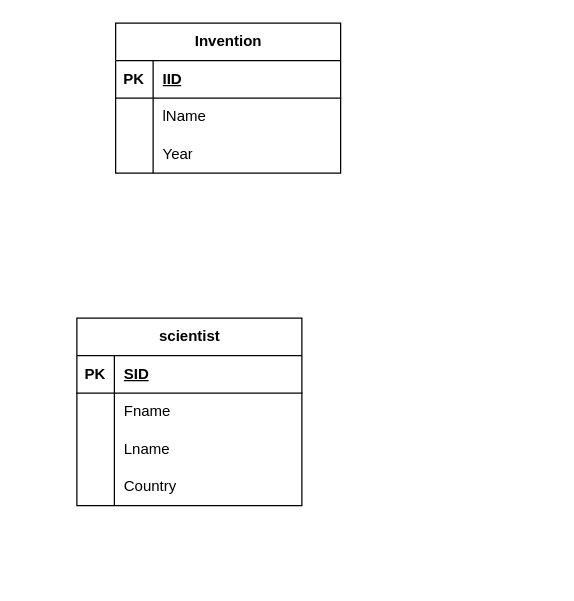
Earlier version of the draw.io diagram RA2A2_act_(1).drawio (victor06-git/Progam_with_Victor). Source tidied: cells renumbered, new cells numbered last; positions are measured from the earlier drawing's top-left corner, leaving out a move shared by most shapes. Both pictures are drawn from the tidied source at 125%, with x=0, y=0 at pixel (76, 22).
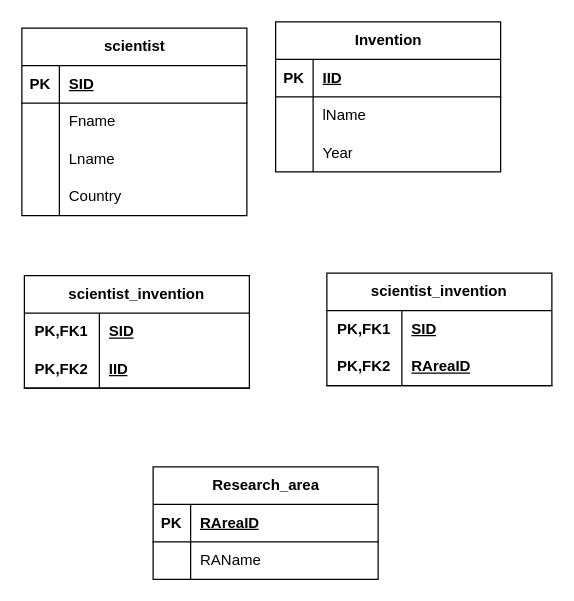
Above is the later version.

The edit, as a diff of the source:
```diff
@@
     <mxCell id="2" value="scientist" style="shape=table;startSize=30;childLayout=tableLayout;rowLines=0;fontStyle=1;align=center;html=1;" parent="1" vertex="1">
-      <mxGeometry y="236" width="180" height="150" as="geometry" />
+      <mxGeometry x="-44" y="4" width="180" height="150" as="geometry" />
     </mxCell>
@@
     <mxCell id="15" value="Invention" style="shape=table;startSize=30;childLayout=tableLayout;rowLines=0;fontStyle=1;align=center;html=1;" parent="1" vertex="1">
-      <mxGeometry x="31" width="180" height="120" as="geometry" />
+      <mxGeometry x="159" y="-1" width="180" height="120" as="geometry" />
     </mxCell>
@@
+    <mxCell id="25" value="scientist_invention" style="shape=table;startSize=30;childLayout=tableLayout;rowLines=0;fontStyle=1;align=center;html=1;whiteSpace=wrap;" parent="1" vertex="1">
+      <mxGeometry x="-42" y="202" width="180" height="90" as="geometry" />
+    </mxCell>
+    <mxCell id="26" style="shape=tableRow;horizontal=0;startSize=0;swimlaneHead=0;swimlaneBody=0;fillColor=none;top=0;left=0;right=0;bottom=0;html=1;" parent="25" vertex="1">
+      <mxGeometry y="30" width="180" height="30" as="geometry" />
+    </mxCell>
+    <mxCell id="27" value="PK,FK1" style="shape=partialRectangle;fillColor=none;top=0;left=0;bottom=0;right=0;fontStyle=1;overflow=hidden;html=1;whiteSpace=wrap;" parent="26" vertex="1">
+      <mxGeometry width="60" height="30" as="geometry" />
+    </mxCell>
+    <mxCell id="28" value="SID" style="shape=partialRectangle;fillColor=none;top=0;left=0;bottom=0;right=0;align=left;spacingLeft=6;fontStyle=5;overflow=hidden;html=1;whiteSpace=wrap;" parent="26" vertex="1">
+      <mxGeometry x="60" width="120" height="30" as="geometry" />
+    </mxCell>
+    <mxCell id="29" style="shape=tableRow;horizontal=0;startSize=0;swimlaneHead=0;swimlaneBody=0;fillColor=none;top=0;left=0;right=0;bottom=1;html=1;" parent="25" vertex="1">
+      <mxGeometry y="60" width="180" height="30" as="geometry" />
+    </mxCell>
+    <mxCell id="30" value="PK,FK2" style="shape=partialRectangle;fillColor=none;top=0;left=0;bottom=0;right=0;fontStyle=1;overflow=hidden;html=1;whiteSpace=wrap;" parent="29" vertex="1">
+      <mxGeometry width="60" height="30" as="geometry" />
+    </mxCell>
+    <mxCell id="31" value="IID" style="shape=partialRectangle;fillColor=none;top=0;left=0;bottom=0;right=0;align=left;spacingLeft=6;fontStyle=5;overflow=hidden;html=1;whiteSpace=wrap;" parent="29" vertex="1">
+      <mxGeometry x="60" width="120" height="30" as="geometry" />
+    </mxCell>
+    <mxCell id="32" value="scientist_invention" style="shape=table;startSize=30;childLayout=tableLayout;rowLines=0;fontStyle=1;align=center;html=1;whiteSpace=wrap;" parent="1" vertex="1">
+      <mxGeometry x="200" y="200" width="180" height="90" as="geometry" />
+    </mxCell>
+    <mxCell id="33" style="shape=tableRow;horizontal=0;startSize=0;swimlaneHead=0;swimlaneBody=0;fillColor=none;top=0;left=0;right=0;bottom=0;html=1;" parent="32" vertex="1">
+      <mxGeometry y="30" width="180" height="30" as="geometry" />
+    </mxCell>
+    <mxCell id="34" value="PK,FK1" style="shape=partialRectangle;fillColor=none;top=0;left=0;bottom=0;right=0;fontStyle=1;overflow=hidden;html=1;whiteSpace=wrap;" parent="33" vertex="1">
+      <mxGeometry width="60" height="30" as="geometry" />
+    </mxCell>
+    <mxCell id="35" value="SID" style="shape=partialRectangle;fillColor=none;top=0;left=0;bottom=0;right=0;align=left;spacingLeft=6;fontStyle=5;overflow=hidden;html=1;whiteSpace=wrap;" parent="33" vertex="1">
+      <mxGeometry x="60" width="120" height="30" as="geometry" />
+    </mxCell>
+    <mxCell id="36" style="shape=tableRow;horizontal=0;startSize=0;swimlaneHead=0;swimlaneBody=0;fillColor=none;top=0;left=0;right=0;bottom=1;html=1;" parent="32" vertex="1">
+      <mxGeometry y="60" width="180" height="30" as="geometry" />
+    </mxCell>
+    <mxCell id="37" value="PK,FK2" style="shape=partialRectangle;fillColor=none;top=0;left=0;bottom=0;right=0;fontStyle=1;overflow=hidden;html=1;whiteSpace=wrap;" parent="36" vertex="1">
+      <mxGeometry width="60" height="30" as="geometry" />
+    </mxCell>
+    <mxCell id="38" value="RAreaID" style="shape=partialRectangle;fillColor=none;top=0;left=0;bottom=0;right=0;align=left;spacingLeft=6;fontStyle=5;overflow=hidden;html=1;whiteSpace=wrap;" parent="36" vertex="1">
+      <mxGeometry x="60" width="120" height="30" as="geometry" />
+    </mxCell>
+    <mxCell id="39" value="Research_area" style="shape=table;startSize=30;childLayout=tableLayout;rowLines=0;fontStyle=1;align=center;html=1;" parent="1" vertex="1">
+      <mxGeometry x="61" y="355" width="180" height="90" as="geometry" />
+    </mxCell>
+    <mxCell id="40" style="shape=tableRow;horizontal=0;startSize=0;swimlaneHead=0;swimlaneBody=0;fillColor=none;top=0;left=0;right=0;bottom=1;" parent="39" vertex="1">
+      <mxGeometry y="30" width="180" height="30" as="geometry" />
+    </mxCell>
+    <mxCell id="41" value="PK" style="shape=partialRectangle;fillColor=none;top=0;left=0;bottom=0;right=0;fontStyle=1;overflow=hidden;whiteSpace=wrap;html=1;" parent="40" vertex="1">
+      <mxGeometry width="30" height="30" as="geometry" />
+    </mxCell>
+    <mxCell id="42" value="RAreaID" style="shape=partialRectangle;fillColor=none;top=0;left=0;bottom=0;right=0;align=left;spacingLeft=6;fontStyle=5;overflow=hidden;whiteSpace=wrap;html=1;" parent="40" vertex="1">
+      <mxGeometry x="30" width="150" height="30" as="geometry" />
+    </mxCell>
+    <mxCell id="43" style="shape=tableRow;horizontal=0;startSize=0;swimlaneHead=0;swimlaneBody=0;fillColor=none;top=0;left=0;right=0;bottom=0;" parent="39" vertex="1">
+      <mxGeometry y="60" width="180" height="30" as="geometry" />
+    </mxCell>
+    <mxCell id="44" style="shape=partialRectangle;fillColor=none;top=0;left=0;bottom=0;right=0;overflow=hidden;whiteSpace=wrap;html=1;" parent="43" vertex="1">
+      <mxGeometry width="30" height="30" as="geometry" />
+    </mxCell>
+    <mxCell id="45" value="RAName" style="shape=partialRectangle;fillColor=none;top=0;left=0;bottom=0;right=0;align=left;spacingLeft=6;overflow=hidden;whiteSpace=wrap;html=1;" parent="43" vertex="1">
+      <mxGeometry x="30" width="150" height="30" as="geometry" />
+    </mxCell>
```
